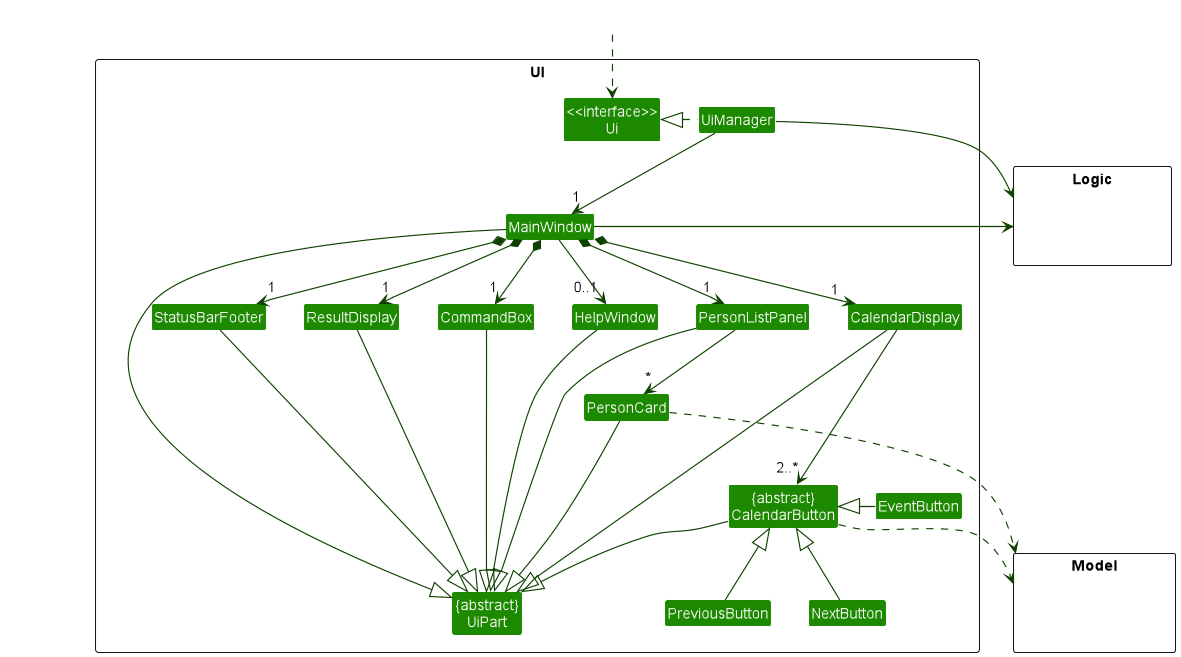
Before: docs/images/UiClassDiagram.png, a diagram exported from PlantUML (nus-cs2103-AY2223S1/tp). Its source is kept beside it as docs/diagrams/UiClassDiagram.puml.
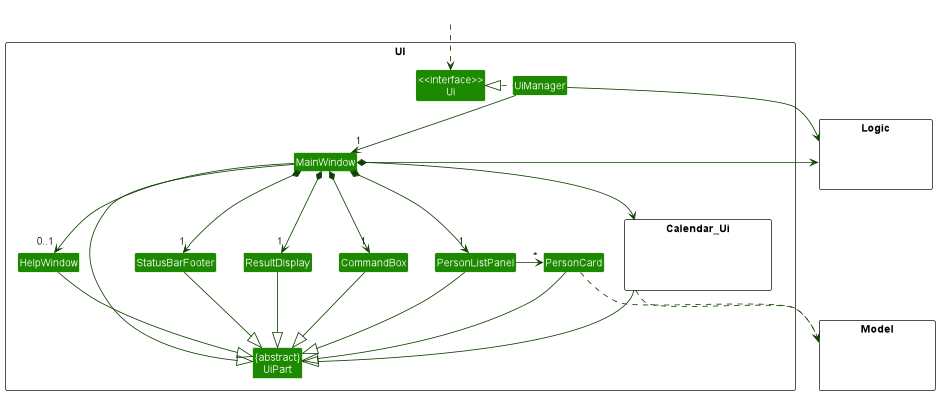
Above is the later version.

Commit message:
Update Calendar feature class diagram

What changed in the source:
```diff
@@ -15,11 +15,10 @@
 Class PersonCard
 Class StatusBarFooter
 Class CommandBox
-Class CalendarDisplay
-Class "{abstract}\nCalendarButton" as CalendarButton
-Class EventButton
-Class NextButton
-Class PreviousButton
+
+package Calendar_Ui <<Rectangle>> {
+Class HiddenCalendar_Ui #FFFFFF
+}
 }
 
 package Model <<Rectangle>> {
@@ -29,6 +28,8 @@
 package Logic <<Rectangle>> {
 Class HiddenLogic #FFFFFF
 }
+
+
 
 Class HiddenOutside #FFFFFF
 HiddenOutside ..> Ui
@@ -40,12 +41,11 @@
 MainWindow *-down-> "1" PersonListPanel
 MainWindow *-down-> "1" StatusBarFooter
 MainWindow --> "0..1" HelpWindow
-MainWindow *-down-> "1" CalendarDisplay
+MainWindow *-down-> Calendar_Ui
 
-PersonListPanel -down> "*" PersonCard
-CalendarDisplay -down--> "2..*" CalendarButton
+PersonListPanel -left> "*" PersonCard
 
-MainWindow -left-|> UiPart
+MainWindow -down-|> UiPart
 
 ResultDisplay --|> UiPart
 CommandBox --|> UiPart
@@ -53,18 +53,14 @@
 PersonCard --|> UiPart
 StatusBarFooter --|> UiPart
 HelpWindow --|> UiPart
-CalendarDisplay --|> UiPart
-CalendarButton --|> UiPart
-EventButton -up|> CalendarButton
-NextButton -up-|> CalendarButton
-PreviousButton -up-|> CalendarButton
+Calendar_Ui --|> UiPart
 
-CalendarButton ..> Model
 PersonCard ..> Model
+Calendar_Ui ..> Model
 UiManager -right-> Logic
 MainWindow -left-> Logic
 
-CalendarDisplay -[hidden]left- PersonListPanel
+Calendar_Ui -[hidden]left- PersonListPanel
 PersonListPanel -[hidden]left- HelpWindow
 HelpWindow -[hidden]left- CommandBox
 CommandBox -[hidden]left- ResultDisplay
```
